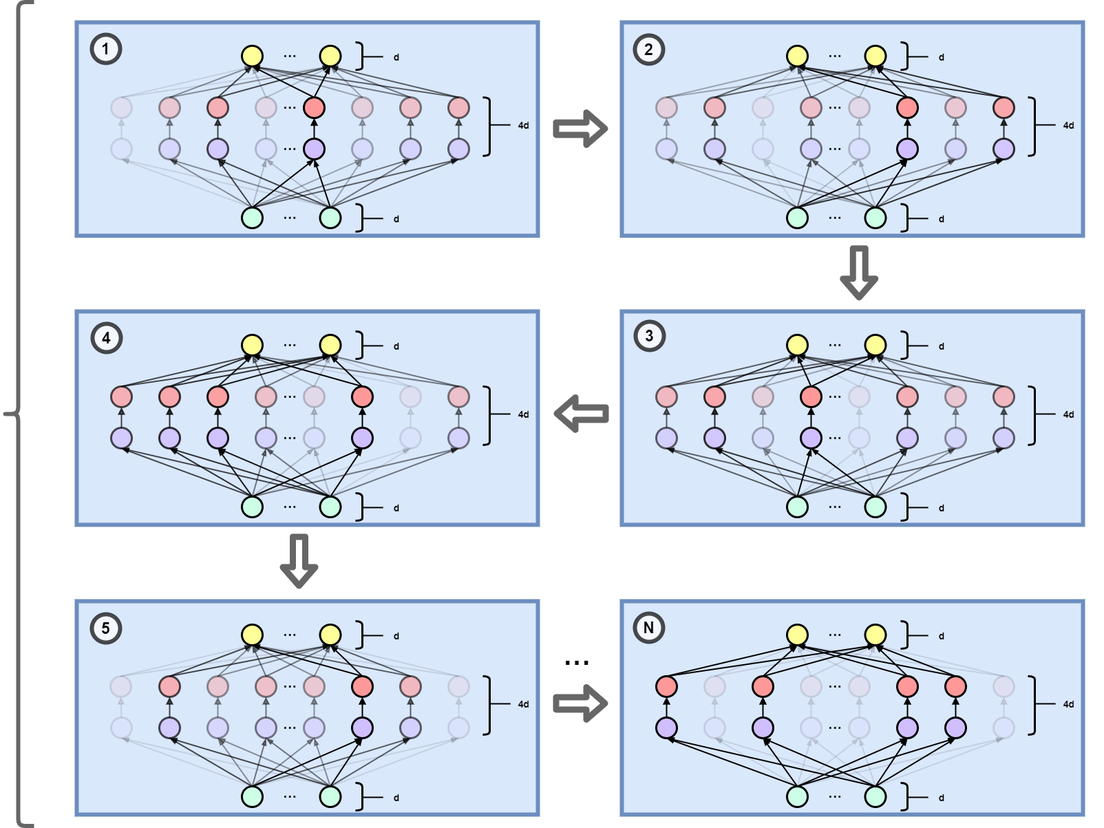
The draw.io diagram sparsity_training.png in AAAAAAAyq/Personal-Studying, before a commit. Source tidied: cells renumbered, new cells last; positions are measured from the earlier drawing's top-left corner, leaving out a move shared by most shapes.
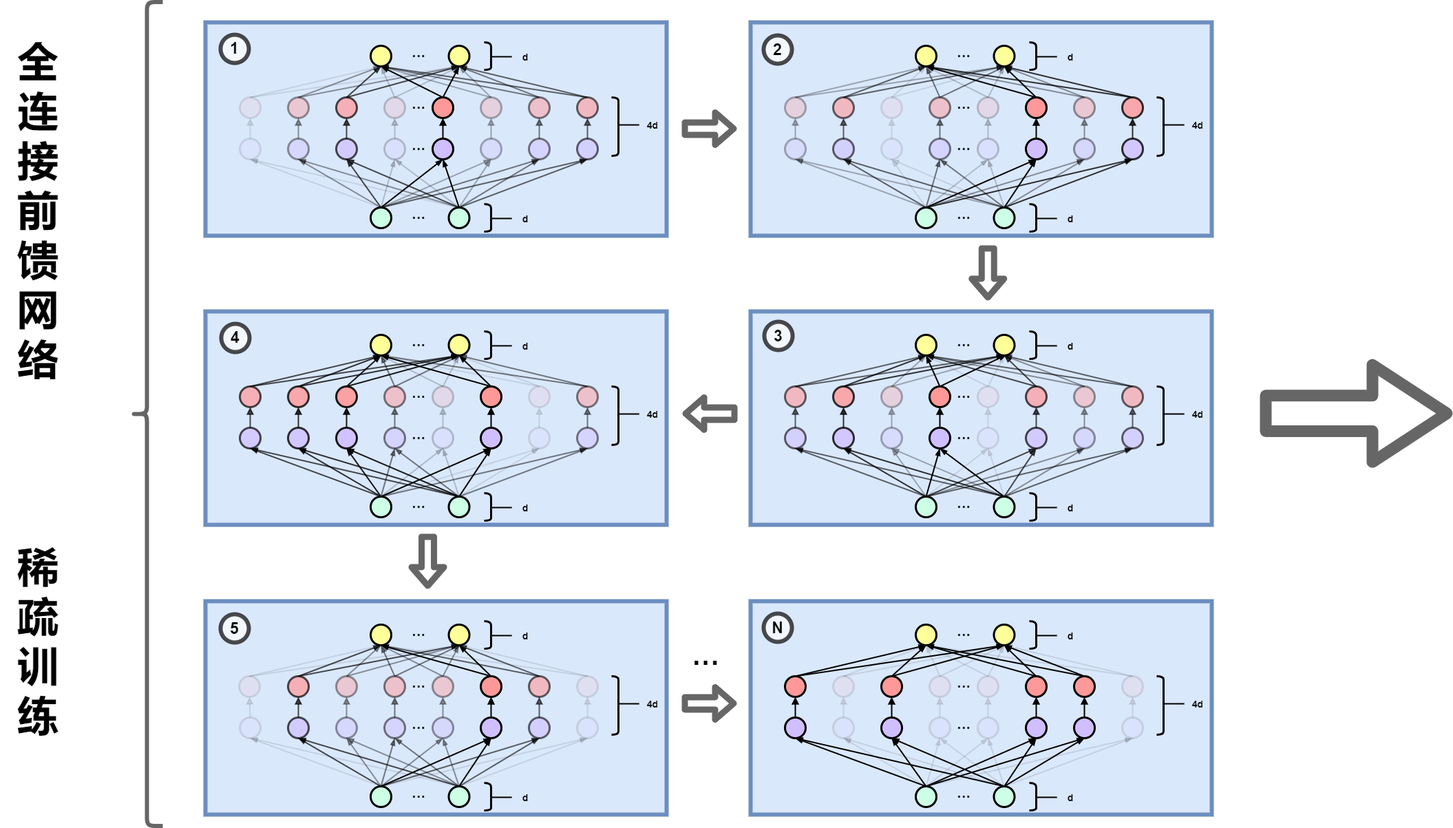
The same diagram one commit later.

Change to the diagram source:
```diff
@@ -1652,5 +1652,17 @@
     <mxCell id="458" value="&lt;b&gt;&lt;font style=&quot;font-size: 40px&quot;&gt;···&lt;/font&gt;&lt;/b&gt;" style="text;html=1;strokeColor=none;fillColor=none;align=center;verticalAlign=middle;whiteSpace=wrap;rounded=0;shadow=0;" parent="1" vertex="1">
       <mxGeometry x="800" y="950" width="70" height="20" as="geometry" />
     </mxCell>
+    <mxCell id="459" value="&lt;b style=&quot;font-size: 60px&quot;&gt;&lt;font style=&quot;font-size: 60px&quot;&gt;全&lt;br&gt;连&lt;br&gt;接&lt;br&gt;前&lt;br&gt;馈&lt;br&gt;网&lt;br&gt;络&lt;/font&gt;&lt;/b&gt;" style="text;html=1;strokeColor=none;fillColor=none;align=center;verticalAlign=middle;whiteSpace=wrap;rounded=0;rotation=0;" parent="1" vertex="1">
+      <mxGeometry x="-190" y="48" width="110" height="512" as="geometry" />
+    </mxCell>
+    <mxCell id="460" value="&lt;span style=&quot;font-size: 60px&quot;&gt;&lt;b&gt;稀疏训练&lt;/b&gt;&lt;/span&gt;" style="text;html=1;strokeColor=none;fillColor=none;align=center;verticalAlign=middle;whiteSpace=wrap;rounded=0;rotation=0;" parent="1" vertex="1">
+      <mxGeometry x="-185" y="710" width="100" height="440.5" as="geometry" />
+    </mxCell>
+    <mxCell id="461" style="shape=flexArrow;endArrow=classic;html=1;endSize=30.34285714285714;strokeWidth=17;opacity=60;endWidth=72.57142857142857;width=35.6;" parent="1" edge="1">
+      <mxGeometry relative="1" as="geometry">
+        <mxPoint x="1640" y="598.2" as="sourcePoint" />
+        <mxPoint x="1920" y="598.2" as="targetPoint" />
+      </mxGeometry>
+    </mxCell>
   </root>
 </mxGraphModel>
```
